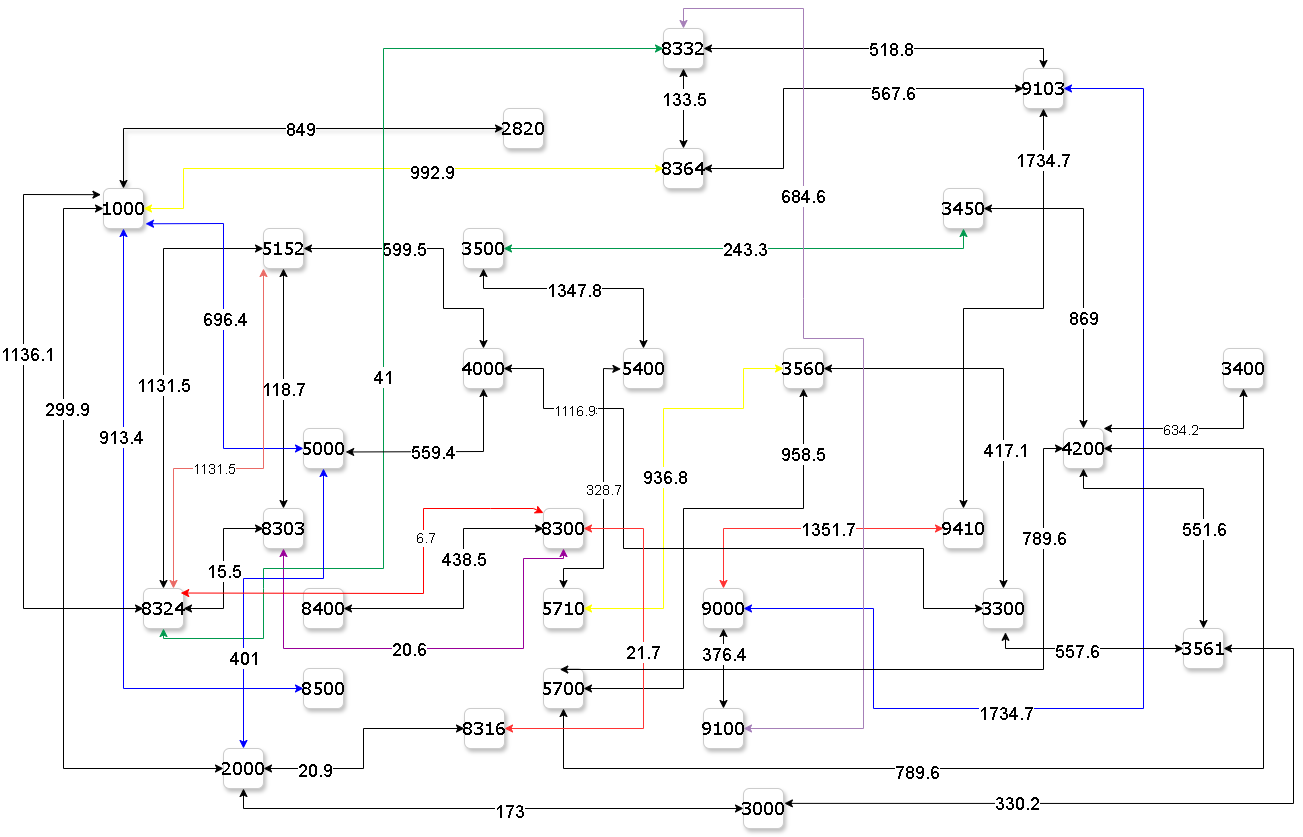
Above: src/TPO/grafo RUtas.drawio.png in MatiasTarta/Data_Structures (draw.io), before the change. Source tidied: cells renumbered, new cells last; positions are measured from the earlier drawing's top-left corner, leaving out a move shared by most shapes.
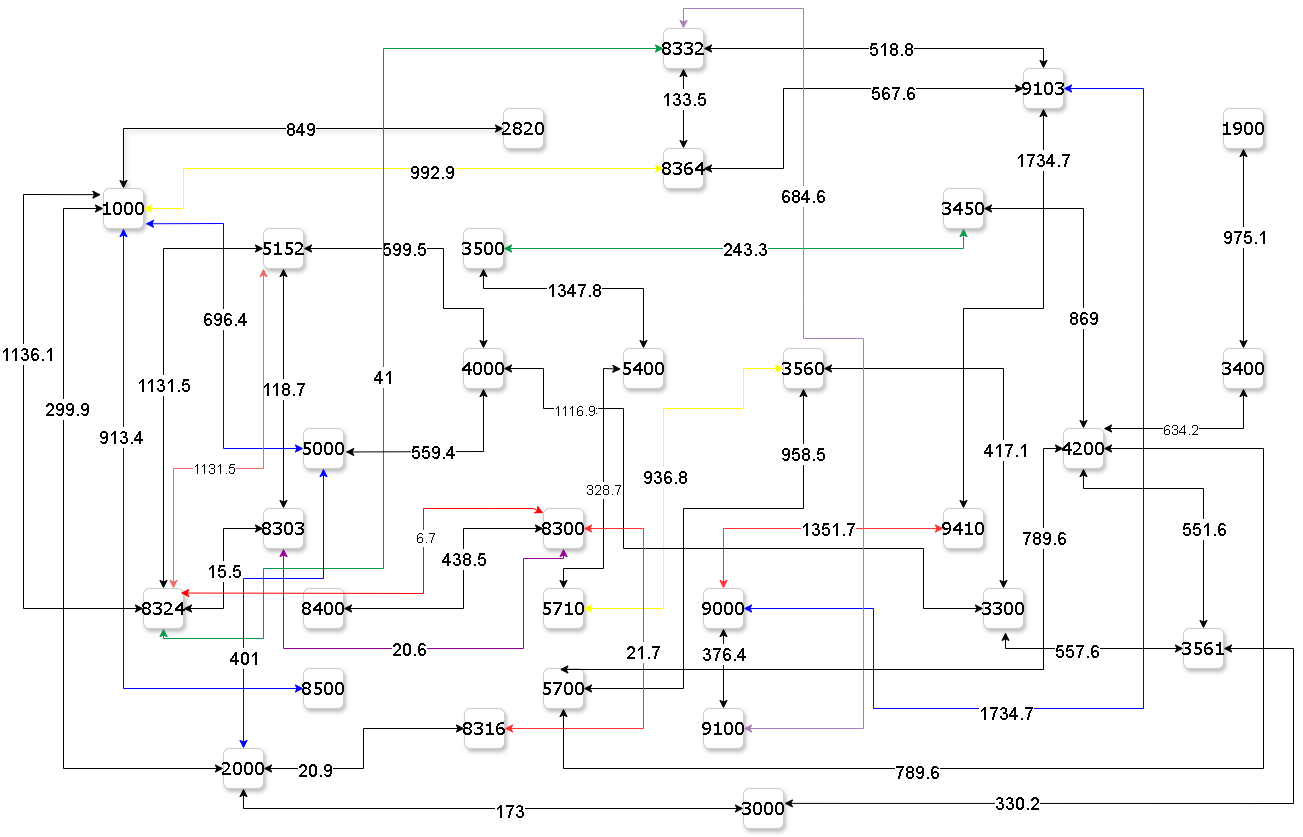
Above is the later version.

Change to the diagram source:
```diff
@@ -576,5 +576,14 @@
     <mxCell id="115" value="&lt;font style=&quot;font-size: 14px;&quot;&gt;1131.5&lt;/font&gt;" style="edgeLabel;html=1;align=center;verticalAlign=middle;" parent="114" vertex="1">
       <mxGeometry x="-0.22" relative="1" as="geometry" />
     </mxCell>
+    <mxCell id="116" value="&lt;font style=&quot;font-size: 18px;&quot;&gt;1900&lt;/font&gt;" style="whiteSpace=wrap;html=1;rounded=1;shadow=1;labelBackgroundColor=none;strokeWidth=1;fontFamily=Verdana;fontSize=12;align=center;strokeColor=light-dark(#CCCCCC,#FFFFFF);" parent="1" vertex="1">
+      <mxGeometry x="1200" y="100" width="40" height="40" as="geometry" />
+    </mxCell>
+    <mxCell id="117" style="endArrow=classic;startArrow=classic;html=1;rounded=0;entryX=0.5;entryY=1;entryDx=0;entryDy=0;exitX=0.5;exitY=0;exitDx=0;exitDy=0;" parent="1" edge="1" source="8" target="116">
+      <mxGeometry relative="1" as="geometry" />
+    </mxCell>
+    <mxCell id="118" value="&lt;font style=&quot;font-size: 18px;&quot;&gt;975.1&lt;/font&gt;" style="edgeLabel;html=1;align=center;verticalAlign=middle;" parent="117" vertex="1">
+      <mxGeometry x="0.12" y="-1" relative="1" as="geometry" />
+    </mxCell>
   </root>
 </mxGraphModel>
```
